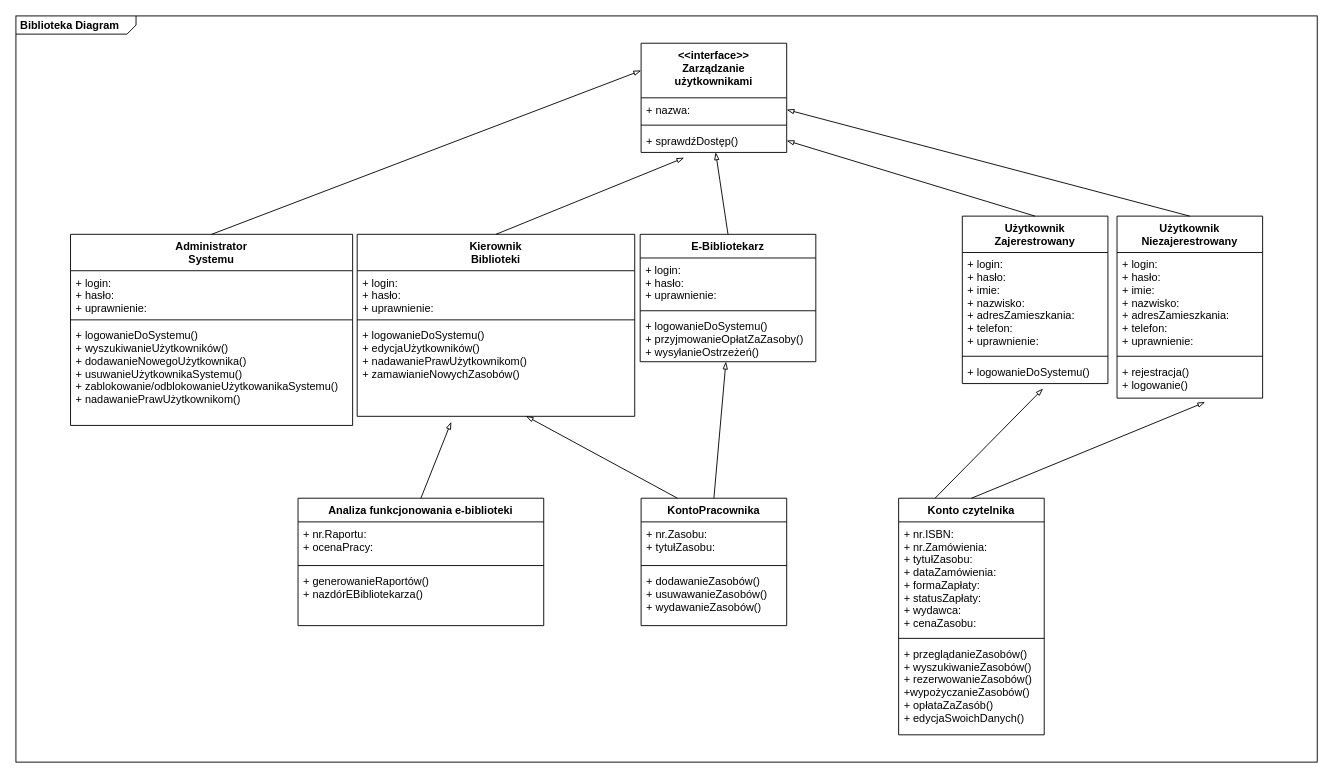
The draw.io diagram zarzadzanie.drawio in Jagoodka/BJ05ti3c, before the edit. Source tidied: cells renumbered, new cells numbered last; positions are measured from the earlier drawing's top-left corner, leaving out a move shared by most shapes. Both pictures are drawn from the tidied source at 91%, with x=0, y=0 at pixel (15, 15).
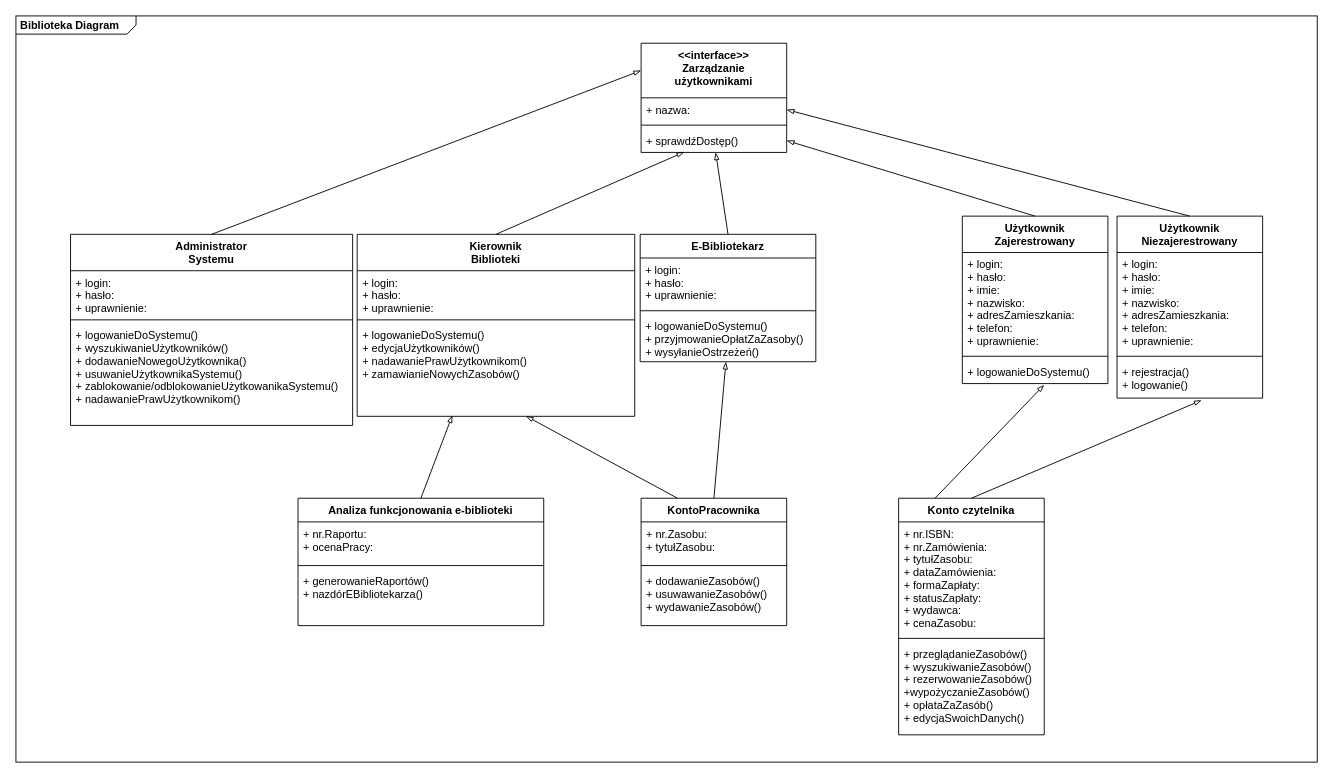
The same page after the edit.

The change refers to these unchanged cells:
```xml
<mxCell id="6" value="+ sprawdźDostęp()" style="text;strokeColor=none;fillColor=none;align=left;verticalAlign=top;spacingLeft=4;spacingRight=4;overflow=hidden;points=[[0,0.5],[1,0.5]];portConstraint=eastwest;" parent="3" vertex="1">
  <mxGeometry y="94" width="160" height="26" as="geometry" />
</mxCell>
<mxCell id="11" value="Kierownik&#10;Biblioteki" style="swimlane;fontStyle=1;align=center;verticalAlign=top;horizontal=1;startSize=40;" parent="1" vertex="1">
  <mxGeometry x="375" y="240" width="305" height="200" as="geometry" />
</mxCell>
<mxCell id="14" value="+ logowanieDoSystemu()&#10;+ edycjaUżytkowników()&#10;+ nadawaniePrawUżytkownikom()&#10;+ zamawianieNowychZasobów()&#10;" style="text;strokeColor=none;fillColor=none;align=left;verticalAlign=top;spacingLeft=4;spacingRight=4;overflow=hidden;points=[[0,0.5],[1,0.5]];portConstraint=eastwest;" parent="11" vertex="1">
  <mxGeometry y="98" width="305" height="102" as="geometry" />
</mxCell>
<mxCell id="22" value="+ logowanieDoSystemu()" style="text;strokeColor=none;fillColor=none;align=left;verticalAlign=top;spacingLeft=4;spacingRight=4;overflow=hidden;points=[[0,0.5],[1,0.5]];portConstraint=eastwest;" parent="19" vertex="1">
  <mxGeometry y="158" width="160" height="26" as="geometry" />
</mxCell>
<mxCell id="23" value="Analiza funkcjonowania e-biblioteki" style="swimlane;fontStyle=1;align=center;verticalAlign=top;horizontal=1;startSize=26;" parent="1" vertex="1">
  <mxGeometry x="310" y="530" width="270" height="140" as="geometry" />
</mxCell>
<mxCell id="27" value="Konto czytelnika" style="swimlane;fontStyle=1;align=center;verticalAlign=top;horizontal=1;startSize=26;" parent="1" vertex="1">
  <mxGeometry x="970" y="530" width="160" height="260" as="geometry" />
</mxCell>
<mxCell id="38" value="+ rejestracja()&#10;+ logowanie()" style="text;strokeColor=none;fillColor=none;align=left;verticalAlign=top;spacingLeft=4;spacingRight=4;overflow=hidden;points=[[0,0.5],[1,0.5]];portConstraint=eastwest;" parent="35" vertex="1">
  <mxGeometry y="158" width="160" height="42" as="geometry" />
</mxCell>
```

Change to the diagram source:
```diff
@@
-    <mxCell id="41" style="endArrow=blockThin;html=1;endFill=0;exitX=0.5;exitY=0;exitDx=0;exitDy=0;entryX=0.339;entryY=1.06;entryDx=0;entryDy=0;entryPerimeter=0;" parent="1" edge="1" source="23" target="14">
+    <mxCell id="41" style="endArrow=blockThin;html=1;endFill=0;exitX=0.5;exitY=0;exitDx=0;exitDy=0;entryX=0.343;entryY=0.989;entryDx=0;entryDy=0;entryPerimeter=0;" parent="1" edge="1" source="23" target="14">
       <mxGeometry relative="1" as="geometry" />
     </mxCell>
@@
-    <mxCell id="43" style="endArrow=blockThin;html=1;endFill=0;entryX=0.296;entryY=1.225;entryDx=0;entryDy=0;entryPerimeter=0;exitX=0.5;exitY=0;exitDx=0;exitDy=0;" parent="1" edge="1" source="11" target="6">
+    <mxCell id="43" style="endArrow=blockThin;html=1;endFill=0;entryX=0.296;entryY=0.986;entryDx=0;entryDy=0;entryPerimeter=0;exitX=0.5;exitY=0;exitDx=0;exitDy=0;" parent="1" edge="1" source="11" target="6">
       <mxGeometry relative="1" as="geometry" />
     </mxCell>
@@
-    <mxCell id="45" style="endArrow=blockThin;html=1;endFill=0;entryX=0.554;entryY=1.214;entryDx=0;entryDy=0;entryPerimeter=0;exitX=0.25;exitY=0;exitDx=0;exitDy=0;" parent="1" edge="1" source="27" target="22">
+    <mxCell id="45" style="endArrow=blockThin;html=1;endFill=0;entryX=0.562;entryY=1.057;entryDx=0;entryDy=0;entryPerimeter=0;exitX=0.25;exitY=0;exitDx=0;exitDy=0;" parent="1" edge="1" source="27" target="22">
       <mxGeometry relative="1" as="geometry" />
     </mxCell>
-    <mxCell id="46" style="endArrow=blockThin;html=1;endFill=0;exitX=0.5;exitY=0;exitDx=0;exitDy=0;entryX=0.605;entryY=1.105;entryDx=0;entryDy=0;entryPerimeter=0;" parent="1" edge="1" source="27" target="38">
+    <mxCell id="46" style="endArrow=blockThin;html=1;endFill=0;exitX=0.5;exitY=0;exitDx=0;exitDy=0;entryX=0.581;entryY=1.056;entryDx=0;entryDy=0;entryPerimeter=0;" parent="1" edge="1" source="27" target="38">
       <mxGeometry relative="1" as="geometry" />
     </mxCell>
```
